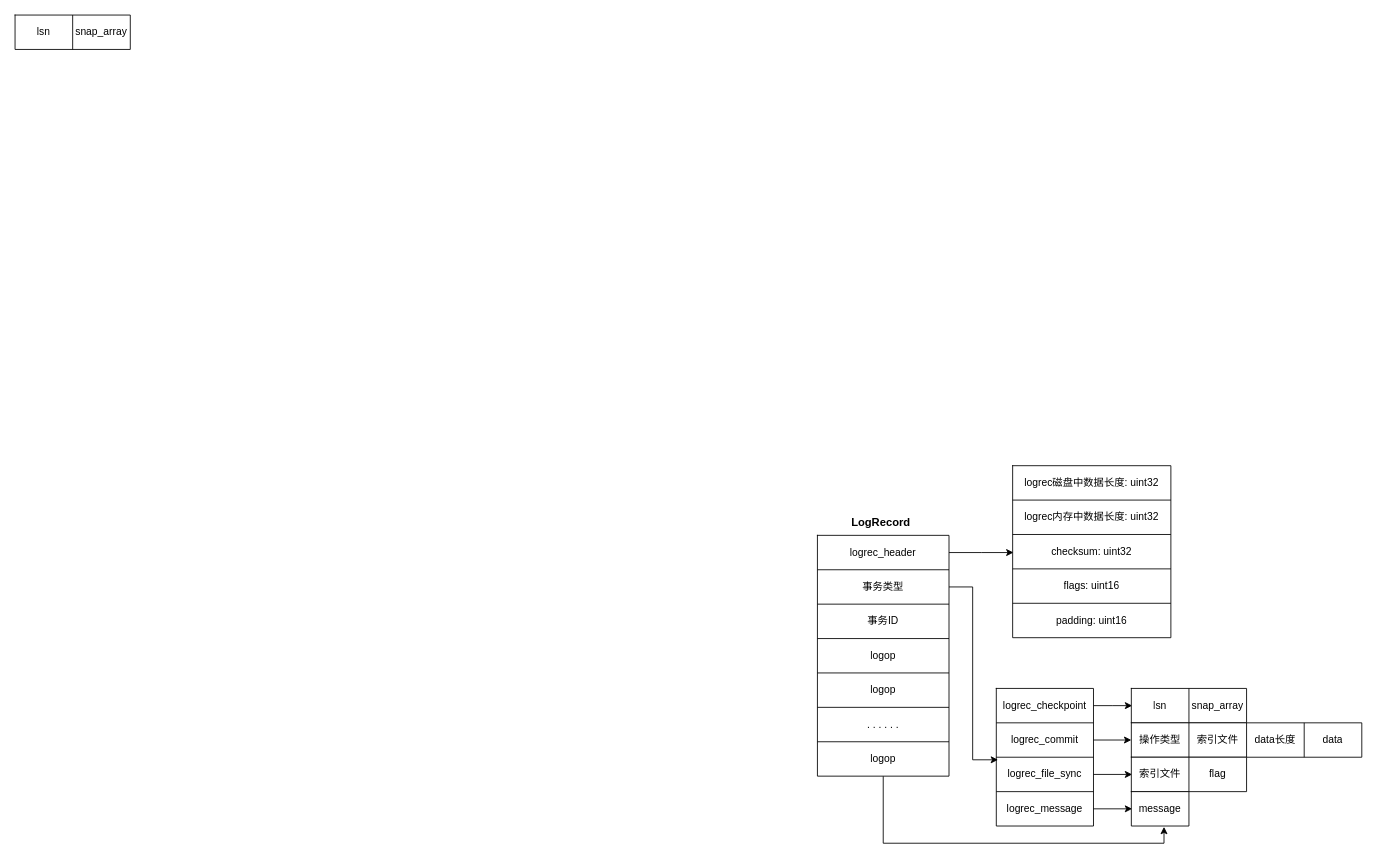
The draw.io diagram Wiredtiger_LogRec.drawio in TimerIzaya/TimerBlogPic, before the edit. Source tidied: cells renumbered, new cells numbered last; positions are measured from the earlier drawing's top-left corner, leaving out a move shared by most shapes. Both pictures are drawn from the tidied source at 86%, with x=0, y=0 at pixel (15, 15).
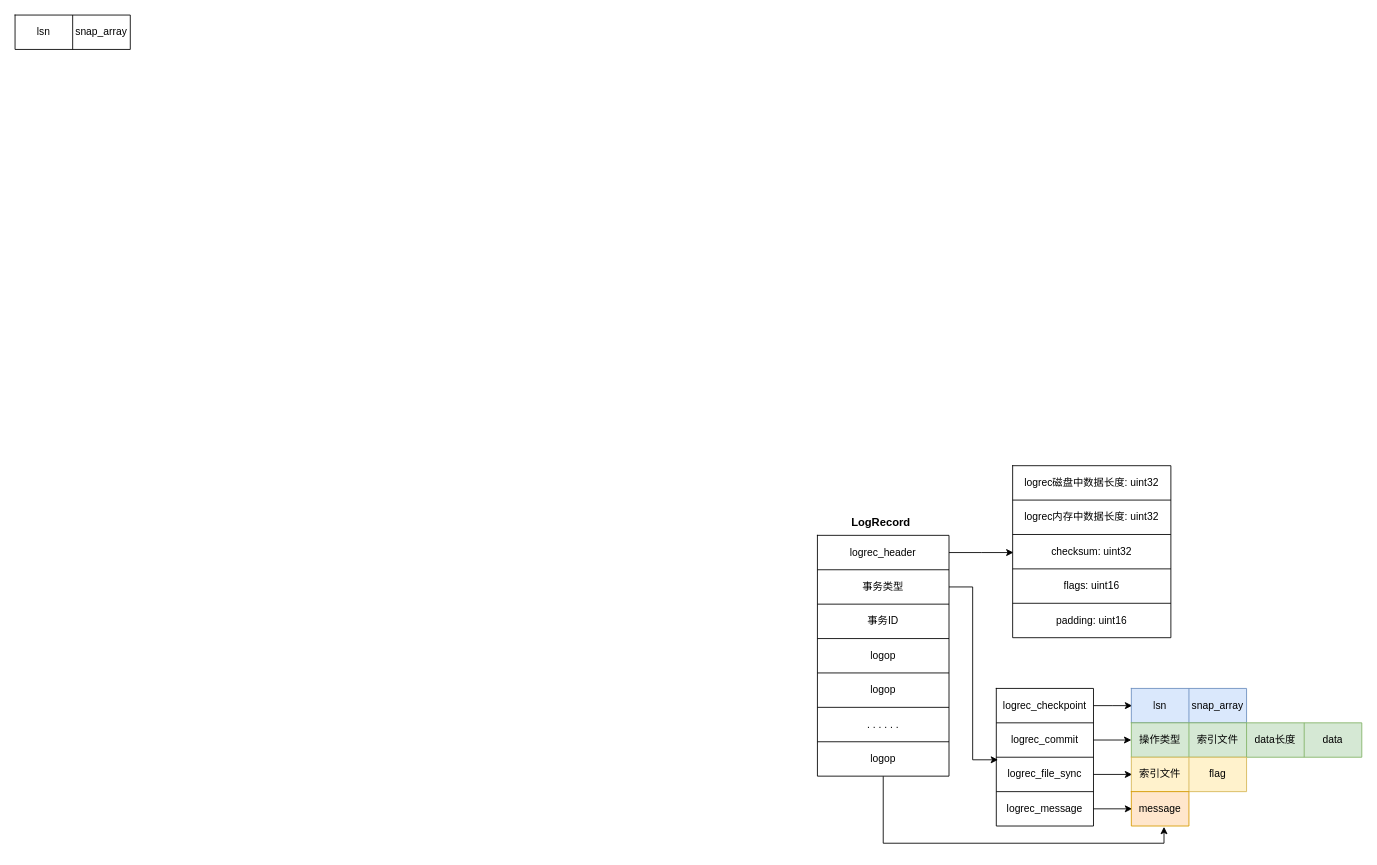
Above is the later version.

The edit, as a diff of the source:
```diff
@@
-    <mxCell id="40" style="shape=table;html=1;whiteSpace=wrap;startSize=0;childLayout=tableLayout;" parent="1" vertex="1">
+    <mxCell id="40" style="shape=table;html=1;whiteSpace=wrap;startSize=0;childLayout=tableLayout;fillColor=#dae8fc;strokeColor=#6c8ebf;" parent="1" vertex="1">
       <mxGeometry x="1298" y="783" width="134" height="40" as="geometry" />
     </mxCell>
@@
-    <mxCell id="48" style="shape=table;html=1;whiteSpace=wrap;startSize=0;childLayout=tableLayout;" parent="1" vertex="1">
+    <mxCell id="48" style="shape=table;html=1;whiteSpace=wrap;startSize=0;childLayout=tableLayout;fillColor=#d5e8d4;strokeColor=#82b366;" parent="1" vertex="1">
       <mxGeometry x="1298" y="823" width="268" height="40" as="geometry" />
     </mxCell>
@@
-    <mxCell id="56" style="shape=table;html=1;whiteSpace=wrap;startSize=0;childLayout=tableLayout;" parent="1" vertex="1">
+    <mxCell id="56" style="shape=table;html=1;whiteSpace=wrap;startSize=0;childLayout=tableLayout;fillColor=#fff2cc;strokeColor=#d6b656;" parent="1" vertex="1">
       <mxGeometry x="1298" y="863" width="134" height="40" as="geometry" />
     </mxCell>
@@
-    <mxCell id="61" style="shape=table;html=1;whiteSpace=wrap;startSize=0;childLayout=tableLayout;" parent="1" vertex="1">
+    <mxCell id="61" style="shape=table;html=1;whiteSpace=wrap;startSize=0;childLayout=tableLayout;fillColor=#ffe6cc;strokeColor=#d79b00;" parent="1" vertex="1">
       <mxGeometry x="1298" y="903" width="67" height="40" as="geometry" />
     </mxCell>
```
